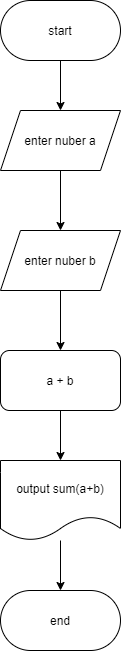
HENRYHKll/gb_cxx_algorithms_and_data_structures keeps this draw.io diagram as lesson2/aads2-2.png. Above is the earlier version. Source tidied: cells renumbered, new cells last; positions are measured from the earlier drawing's top-left corner, leaving out a move shared by most shapes.
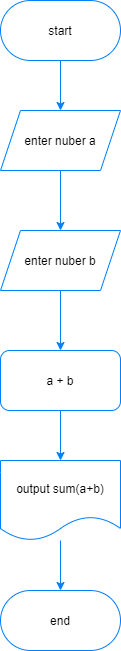
Above is the later version.

The edit, as a diff of the source:
```diff
@@ -2,37 +2,37 @@
   <root>
     <mxCell id="0" />
     <mxCell id="1" parent="0" />
-    <mxCell id="2" style="edgeStyle=orthogonalEdgeStyle;rounded=0;jettySize=auto;html=1;entryX=0.5;entryY=0;entryDx=0;entryDy=0;" parent="1" edge="1" source="3" target="5">
+    <mxCell id="2" style="edgeStyle=orthogonalEdgeStyle;rounded=0;jettySize=auto;html=1;entryX=0.5;entryY=0;entryDx=0;entryDy=0;strokeColor=#007FFF;" parent="1" edge="1" source="3" target="5">
       <mxGeometry relative="1" as="geometry" />
     </mxCell>
-    <mxCell id="3" value="start" style="rounded=1;whiteSpace=wrap;html=1;arcSize=50;" parent="1" vertex="1">
+    <mxCell id="3" value="start" style="rounded=1;whiteSpace=wrap;html=1;arcSize=50;strokeColor=#007FFF;" parent="1" vertex="1">
       <mxGeometry width="120" height="60" as="geometry" />
     </mxCell>
-    <mxCell id="4" style="edgeStyle=orthogonalEdgeStyle;rounded=0;jettySize=auto;html=1;" parent="1" edge="1" source="5" target="7">
+    <mxCell id="4" style="edgeStyle=orthogonalEdgeStyle;rounded=0;jettySize=auto;html=1;strokeColor=#007FFF;" parent="1" edge="1" source="5" target="7">
       <mxGeometry relative="1" as="geometry" />
     </mxCell>
-    <mxCell id="5" value="enter nuber a" style="shape=parallelogram;perimeter=parallelogramPerimeter;whiteSpace=wrap;html=1;fixedSize=1;" parent="1" vertex="1">
+    <mxCell id="5" value="enter nuber a" style="shape=parallelogram;perimeter=parallelogramPerimeter;whiteSpace=wrap;html=1;fixedSize=1;strokeColor=#007FFF;" parent="1" vertex="1">
       <mxGeometry y="110" width="120" height="60" as="geometry" />
     </mxCell>
-    <mxCell id="6" style="edgeStyle=orthogonalEdgeStyle;rounded=0;jettySize=auto;html=1;" parent="1" edge="1" source="7" target="9">
+    <mxCell id="6" style="edgeStyle=orthogonalEdgeStyle;rounded=0;jettySize=auto;html=1;strokeColor=#007FFF;" parent="1" edge="1" source="7" target="9">
       <mxGeometry relative="1" as="geometry" />
     </mxCell>
-    <mxCell id="7" value="enter nuber b" style="shape=parallelogram;perimeter=parallelogramPerimeter;whiteSpace=wrap;html=1;fixedSize=1;" parent="1" vertex="1">
+    <mxCell id="7" value="enter nuber b" style="shape=parallelogram;perimeter=parallelogramPerimeter;whiteSpace=wrap;html=1;fixedSize=1;strokeColor=#007FFF;" parent="1" vertex="1">
       <mxGeometry y="230" width="120" height="60" as="geometry" />
     </mxCell>
-    <mxCell id="8" style="edgeStyle=orthogonalEdgeStyle;rounded=0;jettySize=auto;html=1;entryX=0.5;entryY=0;entryDx=0;entryDy=0;" parent="1" edge="1" source="9" target="11">
+    <mxCell id="8" style="edgeStyle=orthogonalEdgeStyle;rounded=0;jettySize=auto;html=1;entryX=0.5;entryY=0;entryDx=0;entryDy=0;strokeColor=#007FFF;" parent="1" edge="1" source="9" target="11">
       <mxGeometry relative="1" as="geometry" />
     </mxCell>
-    <mxCell id="9" value="a + b" style="rounded=1;whiteSpace=wrap;html=1;" parent="1" vertex="1">
+    <mxCell id="9" value="a + b" style="rounded=1;whiteSpace=wrap;html=1;strokeColor=#007FFF;" parent="1" vertex="1">
       <mxGeometry y="350" width="120" height="60" as="geometry" />
     </mxCell>
-    <mxCell id="10" style="edgeStyle=orthogonalEdgeStyle;rounded=0;jettySize=auto;html=1;" parent="1" edge="1" source="11" target="12">
+    <mxCell id="10" style="edgeStyle=orthogonalEdgeStyle;rounded=0;jettySize=auto;html=1;strokeColor=#007FFF;" parent="1" edge="1" source="11" target="12">
       <mxGeometry relative="1" as="geometry" />
     </mxCell>
-    <mxCell id="11" value="output sum(a+b)" style="shape=document;whiteSpace=wrap;html=1;boundedLbl=1;" parent="1" vertex="1">
+    <mxCell id="11" value="output sum(a+b)" style="shape=document;whiteSpace=wrap;html=1;boundedLbl=1;strokeColor=#007FFF;" parent="1" vertex="1">
       <mxGeometry y="460" width="120" height="80" as="geometry" />
     </mxCell>
-    <mxCell id="12" value="end" style="rounded=1;whiteSpace=wrap;html=1;arcSize=50;" parent="1" vertex="1">
+    <mxCell id="12" value="end" style="rounded=1;whiteSpace=wrap;html=1;arcSize=50;strokeColor=#007FFF;" parent="1" vertex="1">
       <mxGeometry y="590" width="120" height="60" as="geometry" />
     </mxCell>
   </root>
```
